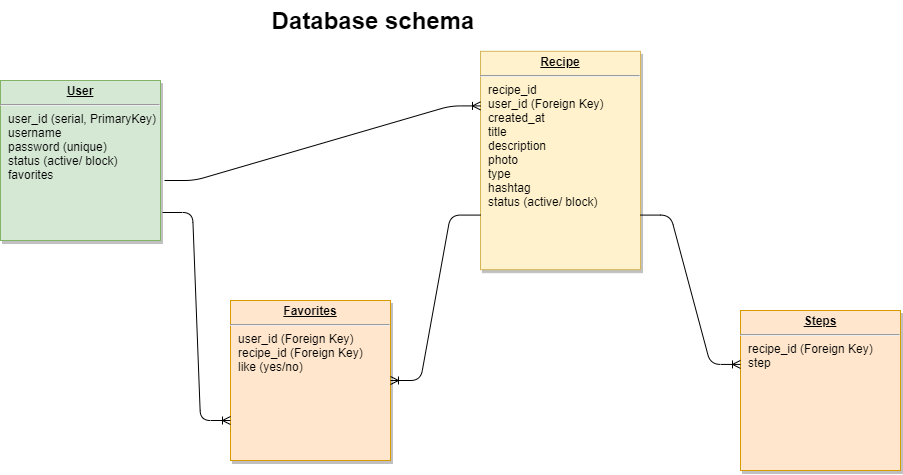
uzhegovaelena/recipes-project keeps this draw.io diagram as files/Database schema.drawio.png. Above is the earlier version. Source tidied: cells renumbered, new cells last; positions are measured from the earlier drawing's top-left corner, leaving out a move shared by most shapes.
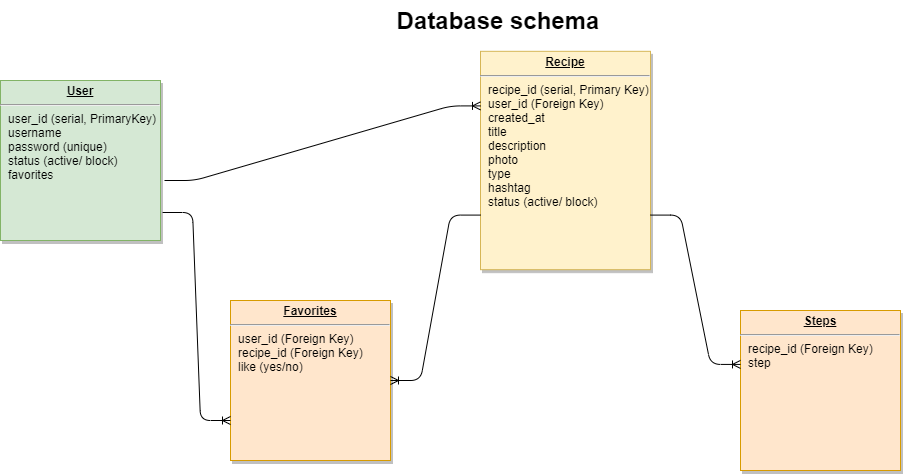
Above is the later version.

The edit, as a diff of the source:
```diff
@@ -2,8 +2,8 @@
   <root>
     <mxCell id="0" />
     <mxCell id="1" parent="0" />
-    <mxCell id="2" value="&lt;p style=&quot;margin: 0px ; margin-top: 4px ; text-align: center ; text-decoration: underline&quot;&gt;&lt;strong&gt;Recipe&lt;/strong&gt;&lt;br&gt;&lt;/p&gt;&lt;hr&gt;&lt;p style=&quot;margin: 0px ; margin-left: 8px&quot;&gt;recipe_id&lt;/p&gt;&lt;p style=&quot;margin: 0px ; margin-left: 8px&quot;&gt;user_id (Foreign Key)&lt;/p&gt;&lt;p style=&quot;margin: 0px ; margin-left: 8px&quot;&gt;created_at&lt;/p&gt;&lt;p style=&quot;margin: 0px ; margin-left: 8px&quot;&gt;title&lt;/p&gt;&lt;p style=&quot;margin: 0px ; margin-left: 8px&quot;&gt;description&lt;/p&gt;&lt;p style=&quot;margin: 0px ; margin-left: 8px&quot;&gt;&lt;span&gt;photo&lt;/span&gt;&lt;br&gt;&lt;/p&gt;&lt;p style=&quot;margin: 0px ; margin-left: 8px&quot;&gt;type&lt;/p&gt;&lt;p style=&quot;margin: 0px ; margin-left: 8px&quot;&gt;&lt;span&gt;hashtag&lt;/span&gt;&lt;br&gt;&lt;/p&gt;&lt;p style=&quot;margin: 0px ; margin-left: 8px&quot;&gt;status (active/ block)&lt;/p&gt;" style="verticalAlign=top;align=left;overflow=fill;fontSize=12;fontFamily=Helvetica;html=1;strokeColor=#d6b656;shadow=1;fillColor=#fff2cc;" parent="1" vertex="1">
-      <mxGeometry x="480" y="50.8" width="160" height="218.4" as="geometry" />
+    <mxCell id="2" value="&lt;p style=&quot;margin: 0px ; margin-top: 4px ; text-align: center ; text-decoration: underline&quot;&gt;&lt;strong&gt;Recipe&lt;/strong&gt;&lt;br&gt;&lt;/p&gt;&lt;hr&gt;&lt;p style=&quot;margin: 0px ; margin-left: 8px&quot;&gt;recipe_id (serial, Primary Key)&lt;/p&gt;&lt;p style=&quot;margin: 0px ; margin-left: 8px&quot;&gt;user_id (Foreign Key)&lt;/p&gt;&lt;p style=&quot;margin: 0px ; margin-left: 8px&quot;&gt;created_at&lt;/p&gt;&lt;p style=&quot;margin: 0px ; margin-left: 8px&quot;&gt;title&lt;/p&gt;&lt;p style=&quot;margin: 0px ; margin-left: 8px&quot;&gt;description&lt;/p&gt;&lt;p style=&quot;margin: 0px ; margin-left: 8px&quot;&gt;&lt;span&gt;photo&lt;/span&gt;&lt;br&gt;&lt;/p&gt;&lt;p style=&quot;margin: 0px ; margin-left: 8px&quot;&gt;type&lt;/p&gt;&lt;p style=&quot;margin: 0px ; margin-left: 8px&quot;&gt;&lt;span&gt;hashtag&lt;/span&gt;&lt;br&gt;&lt;/p&gt;&lt;p style=&quot;margin: 0px ; margin-left: 8px&quot;&gt;status (active/ block)&lt;/p&gt;" style="verticalAlign=top;align=left;overflow=fill;fontSize=12;fontFamily=Helvetica;html=1;strokeColor=#d6b656;shadow=1;fillColor=#fff2cc;" parent="1" vertex="1">
+      <mxGeometry x="480" y="50.8" width="170" height="218.4" as="geometry" />
     </mxCell>
     <mxCell id="3" value="&lt;p style=&quot;margin: 0px ; margin-top: 4px ; text-align: center ; text-decoration: underline&quot;&gt;&lt;b&gt;User&lt;/b&gt;&lt;/p&gt;&lt;hr&gt;&lt;p style=&quot;margin: 0px ; margin-left: 8px&quot;&gt;user_id (serial, PrimaryKey)&lt;/p&gt;&lt;p style=&quot;margin: 0px ; margin-left: 8px&quot;&gt;username&lt;/p&gt;&lt;p style=&quot;margin: 0px ; margin-left: 8px&quot;&gt;password (unique)&lt;/p&gt;&lt;p style=&quot;margin: 0px ; margin-left: 8px&quot;&gt;status (active/ block)&lt;/p&gt;&lt;p style=&quot;margin: 0px ; margin-left: 8px&quot;&gt;favorites&lt;/p&gt;" style="verticalAlign=top;align=left;overflow=fill;fontSize=12;fontFamily=Helvetica;html=1;shadow=1;fillColor=#d5e8d4;strokeColor=#82b366;" parent="1" vertex="1">
       <mxGeometry y="80" width="160" height="160" as="geometry" />
@@ -12,7 +12,7 @@
       <mxGeometry x="230" y="300" width="160" height="160" as="geometry" />
     </mxCell>
     <mxCell id="5" value="Database schema" style="text;html=1;strokeColor=none;fillColor=none;align=center;verticalAlign=middle;whiteSpace=wrap;rounded=0;fontSize=24;fontStyle=1;" parent="1" vertex="1">
-      <mxGeometry x="248" width="250" height="40" as="geometry" />
+      <mxGeometry x="373" width="250" height="40" as="geometry" />
     </mxCell>
     <mxCell id="6" value="&lt;p style=&quot;margin: 0px ; margin-top: 4px ; text-align: center ; text-decoration: underline&quot;&gt;&lt;b&gt;Steps&lt;/b&gt;&lt;/p&gt;&lt;hr&gt;&lt;p style=&quot;margin: 0px ; margin-left: 8px&quot;&gt;&lt;span&gt;recipe_id (Foreign Key)&amp;nbsp;&lt;/span&gt;&lt;br&gt;&lt;/p&gt;&lt;p style=&quot;margin: 0px ; margin-left: 8px&quot;&gt;step&lt;/p&gt;&lt;p style=&quot;margin: 0px ; margin-left: 8px&quot;&gt;&lt;br&gt;&lt;/p&gt;" style="verticalAlign=top;align=left;overflow=fill;fontSize=12;fontFamily=Helvetica;html=1;shadow=1;fillColor=#ffe6cc;strokeColor=#d79b00;" parent="1" vertex="1">
       <mxGeometry x="740" y="310" width="160" height="160" as="geometry" />
```
